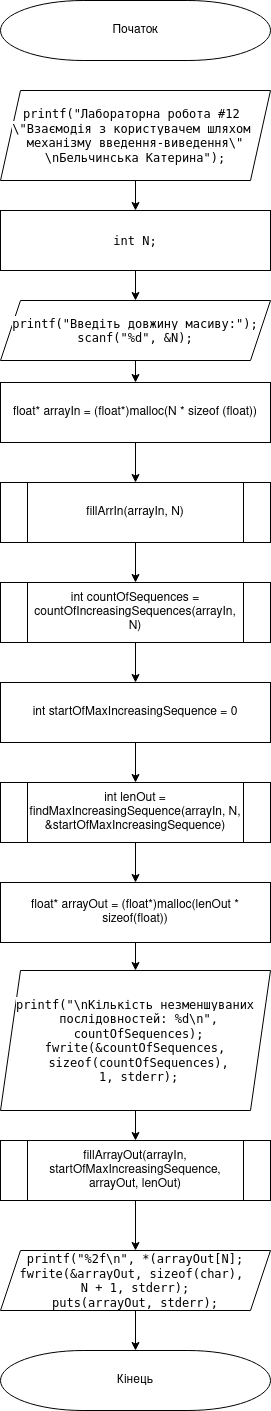
This is lab12/doc/assets/main.png from belchinskaya/Programming-Belchinska, a draw.io export, as it was before one commit. Source tidied: cells renumbered, new cells last; positions are measured from the earlier drawing's top-left corner, leaving out a move shared by most shapes.
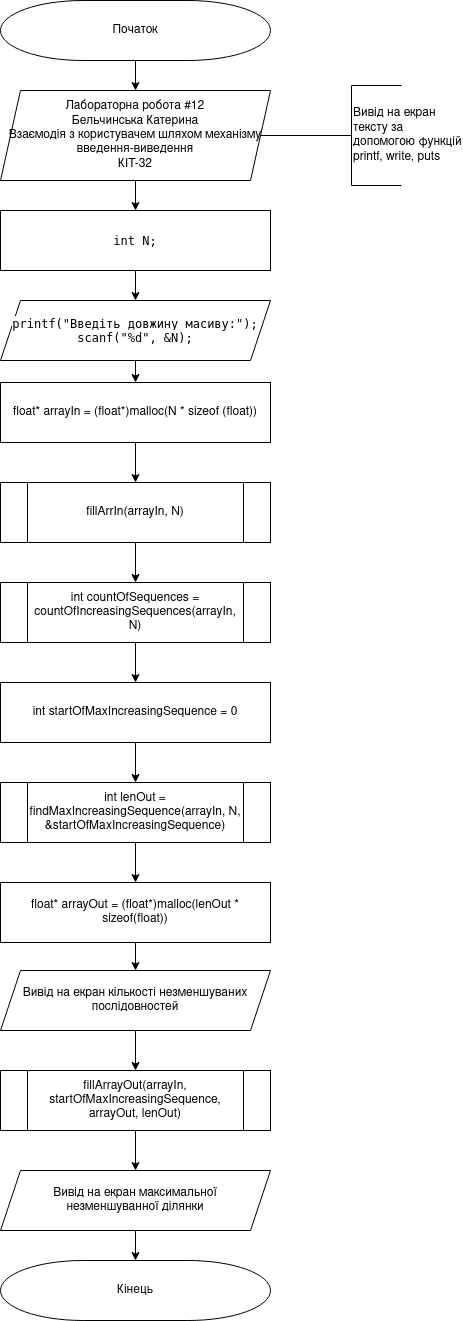
Later version of the same file.

The edit, as a diff of the source:
```diff
@@ -2,11 +2,14 @@
   <root>
     <mxCell id="0" />
     <mxCell id="1" parent="0" />
+    <mxCell id="28" style="edgeStyle=orthogonalEdgeStyle;rounded=0;jettySize=auto;html=1;exitX=0.5;exitY=1;exitDx=0;exitDy=0;exitPerimeter=0;entryX=0.5;entryY=0;entryDx=0;entryDy=0;endArrow=classic;endFill=1;" parent="1" edge="1" source="2" target="19">
+      <mxGeometry relative="1" as="geometry" />
+    </mxCell>
     <mxCell id="2" value="Початок" style="strokeWidth=1;html=1;shape=mxgraph.flowchart.terminator;whiteSpace=wrap;" parent="1" vertex="1">
       <mxGeometry width="270" height="60" as="geometry" />
     </mxCell>
     <mxCell id="3" value="Кінець" style="strokeWidth=1;html=1;shape=mxgraph.flowchart.terminator;whiteSpace=wrap;" parent="1" vertex="1">
-      <mxGeometry y="1350" width="270" height="60" as="geometry" />
+      <mxGeometry y="1260" width="270" height="60" as="geometry" />
     </mxCell>
     <mxCell id="4" style="edgeStyle=orthogonalEdgeStyle;rounded=0;jettySize=auto;html=1;exitX=0.5;exitY=1;exitDx=0;exitDy=0;" parent="1" edge="1" source="5" target="7">
       <mxGeometry relative="1" as="geometry" />
@@ -42,7 +45,7 @@
       <mxGeometry relative="1" as="geometry" />
     </mxCell>
     <mxCell id="15" value="&lt;span class=&quot;pl-c1&quot;&gt;fillArrayOut&lt;/span&gt;(arrayIn, startOfMaxIncreasingSequence, arrayOut, lenOut)" style="shape=process;whiteSpace=wrap;html=1;backgroundOutline=1;strokeWidth=1;" parent="1" vertex="1">
-      <mxGeometry y="1140" width="270" height="60" as="geometry" />
+      <mxGeometry y="1070" width="270" height="60" as="geometry" />
     </mxCell>
     <mxCell id="16" style="edgeStyle=orthogonalEdgeStyle;rounded=0;jettySize=auto;html=1;exitX=0.5;exitY=1;exitDx=0;exitDy=0;" parent="1" edge="1" source="17" target="25">
       <mxGeometry relative="1" as="geometry" />
@@ -53,7 +56,10 @@
     <mxCell id="18" style="edgeStyle=orthogonalEdgeStyle;rounded=0;jettySize=auto;html=1;exitX=0.5;exitY=1;exitDx=0;exitDy=0;" parent="1" edge="1" source="19" target="21">
       <mxGeometry relative="1" as="geometry" />
     </mxCell>
+    <mxCell id="29" style="edgeStyle=orthogonalEdgeStyle;rounded=0;jettySize=auto;html=1;exitX=1;exitY=0.5;exitDx=0;exitDy=0;endArrow=none;endFill=0;" parent="1" edge="1" source="19" target="30">
+      <mxGeometry relative="1" as="geometry" />
+    </mxCell>
-    <mxCell id="19" value="&lt;pre style=&quot;font-family: &amp;#34;jetbrains mono&amp;#34; , monospace&quot;&gt;&lt;span style=&quot;background-color: rgb(255 , 255 , 255)&quot;&gt;printf(&quot;Лабораторна робота #12 &lt;br&gt;\&quot;Взаємодія з користувачем шляхом &lt;br&gt;механізму введення-виведення\&quot;&lt;br&gt;\nБельчинська Катерина&quot;);&lt;/span&gt;&lt;/pre&gt;" style="shape=parallelogram;perimeter=parallelogramPerimeter;whiteSpace=wrap;html=1;fixedSize=1;" parent="1" vertex="1">
+    <mxCell id="19" value="Лабораторна робота #12 &lt;br&gt;Бельчинська Катерина&lt;br&gt;Взаємодія з користувачем шляхом механізму введення-виведення&lt;br&gt;КІТ-32" style="shape=parallelogram;perimeter=parallelogramPerimeter;whiteSpace=wrap;html=1;fixedSize=1;" parent="1" vertex="1">
       <mxGeometry y="90" width="270" height="90" as="geometry" />
     </mxCell>
     <mxCell id="20" style="edgeStyle=orthogonalEdgeStyle;rounded=0;jettySize=auto;html=1;exitX=0.5;exitY=1;exitDx=0;exitDy=0;" parent="1" edge="1" source="21" target="23">
@@ -71,14 +77,17 @@
     <mxCell id="24" style="edgeStyle=orthogonalEdgeStyle;rounded=0;jettySize=auto;html=1;exitX=0.5;exitY=1;exitDx=0;exitDy=0;" parent="1" edge="1" source="25" target="15">
       <mxGeometry relative="1" as="geometry" />
     </mxCell>
-    <mxCell id="25" value="&lt;pre style=&quot;font-family: &amp;#34;jetbrains mono&amp;#34; , monospace&quot;&gt;&lt;span style=&quot;background-color: rgb(255 , 255 , 255)&quot;&gt;printf(&quot;\nКількість незменшуваних&lt;br&gt; послідовностей: %d\n&quot;,&lt;br&gt; countOfSequences);&lt;br&gt;fwrite(&amp;amp;countOfSequences,&lt;br&gt; sizeof(countOfSequences),&lt;br&gt; 1, stderr);&lt;/span&gt;&lt;/pre&gt;" style="shape=parallelogram;perimeter=parallelogramPerimeter;whiteSpace=wrap;html=1;fixedSize=1;" parent="1" vertex="1">
-      <mxGeometry y="970" width="270" height="140" as="geometry" />
+    <mxCell id="25" value="Вивід на екран кількості незменшуваних послідовностей" style="shape=parallelogram;perimeter=parallelogramPerimeter;whiteSpace=wrap;html=1;fixedSize=1;" parent="1" vertex="1">
+      <mxGeometry y="970" width="270" height="60" as="geometry" />
     </mxCell>
     <mxCell id="26" style="edgeStyle=orthogonalEdgeStyle;rounded=0;jettySize=auto;html=1;exitX=0.5;exitY=1;exitDx=0;exitDy=0;" parent="1" edge="1" source="27" target="3">
       <mxGeometry relative="1" as="geometry" />
     </mxCell>
-    <mxCell id="27" value="&lt;pre style=&quot;font-family: &amp;#34;jetbrains mono&amp;#34; , monospace&quot;&gt;&lt;span style=&quot;background-color: rgb(255 , 255 , 255)&quot;&gt;printf(&quot;%2f\n&quot;, *(arrayOut[N];&lt;br&gt;fwrite(&amp;amp;arrayOut, sizeof(char), &lt;br&gt;N + 1, stderr);&lt;br&gt;puts(arrayOut, stderr);&lt;/span&gt;&lt;/pre&gt;" style="shape=parallelogram;perimeter=parallelogramPerimeter;whiteSpace=wrap;html=1;fixedSize=1;" parent="1" vertex="1">
-      <mxGeometry y="1250" width="270" height="60" as="geometry" />
+    <mxCell id="27" value="&lt;div&gt;Вивід на екран максимальної&lt;/div&gt;&lt;div&gt; незменшуванної ділянки&lt;/div&gt;" style="shape=parallelogram;perimeter=parallelogramPerimeter;whiteSpace=wrap;html=1;fixedSize=1;" parent="1" vertex="1">
+      <mxGeometry y="1170" width="270" height="60" as="geometry" />
     </mxCell>
+    <mxCell id="30" value="&lt;div&gt;Вивід на екран&lt;/div&gt;&lt;div&gt; тексту за&lt;/div&gt;&lt;div&gt; допомогою функцій&lt;/div&gt;&lt;div&gt;printf, write, puts&lt;br&gt; &lt;/div&gt;" style="strokeWidth=1;html=1;shape=mxgraph.flowchart.annotation_1;align=left;" parent="1" vertex="1">
+      <mxGeometry x="351" y="85" width="50" height="100" as="geometry" />
+    </mxCell>
   </root>
 </mxGraphModel>
```
